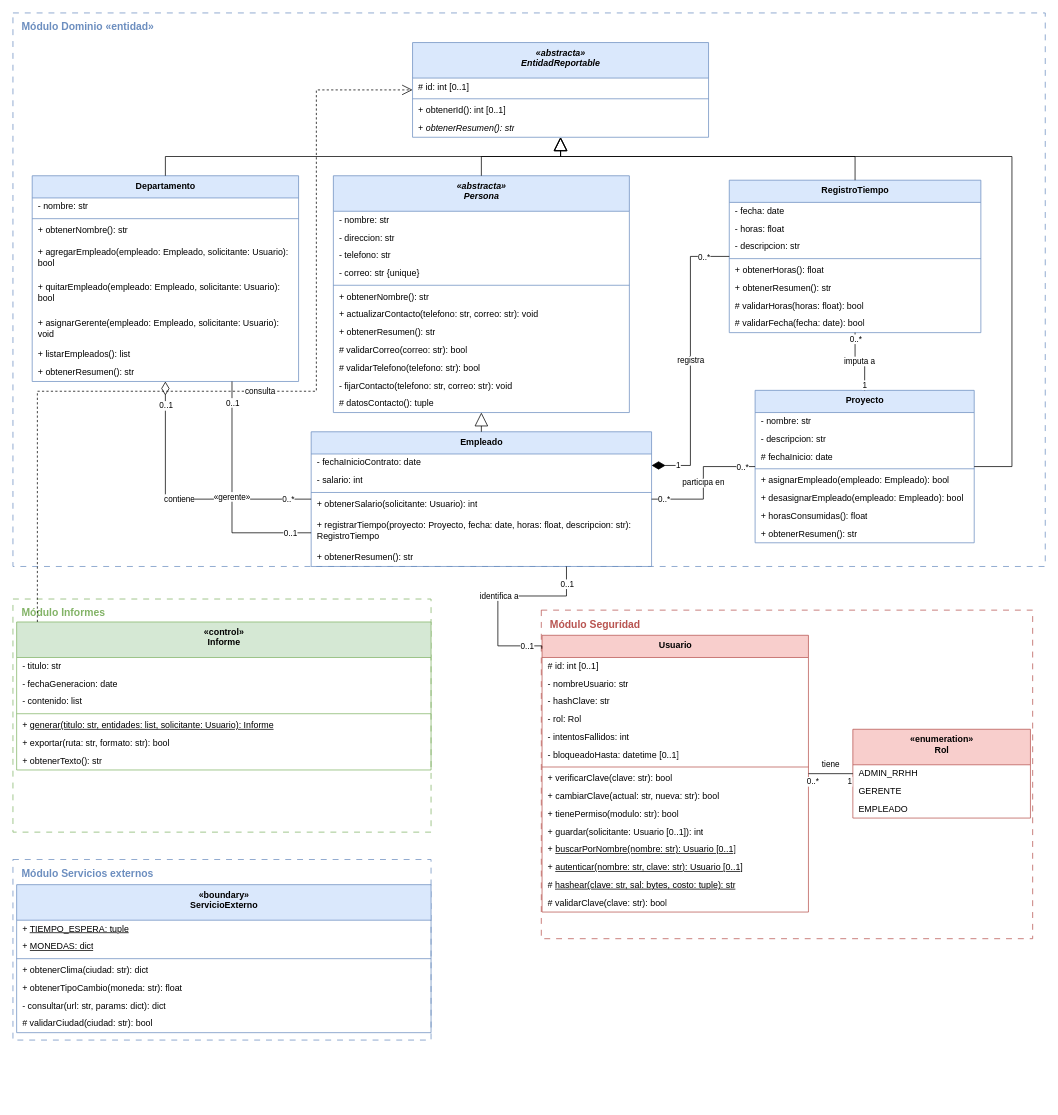
Earlier version of the draw.io diagram diagramas/modelo_u3.drawio (leonardoguerrerodev/poo-ecotech). Source tidied: cells renumbered, new cells numbered last; positions are measured from the earlier drawing's top-left corner, leaving out a move shared by most shapes. Both pictures are drawn from the tidied source at 74%, with x=0, y=0 at pixel (13, 13).
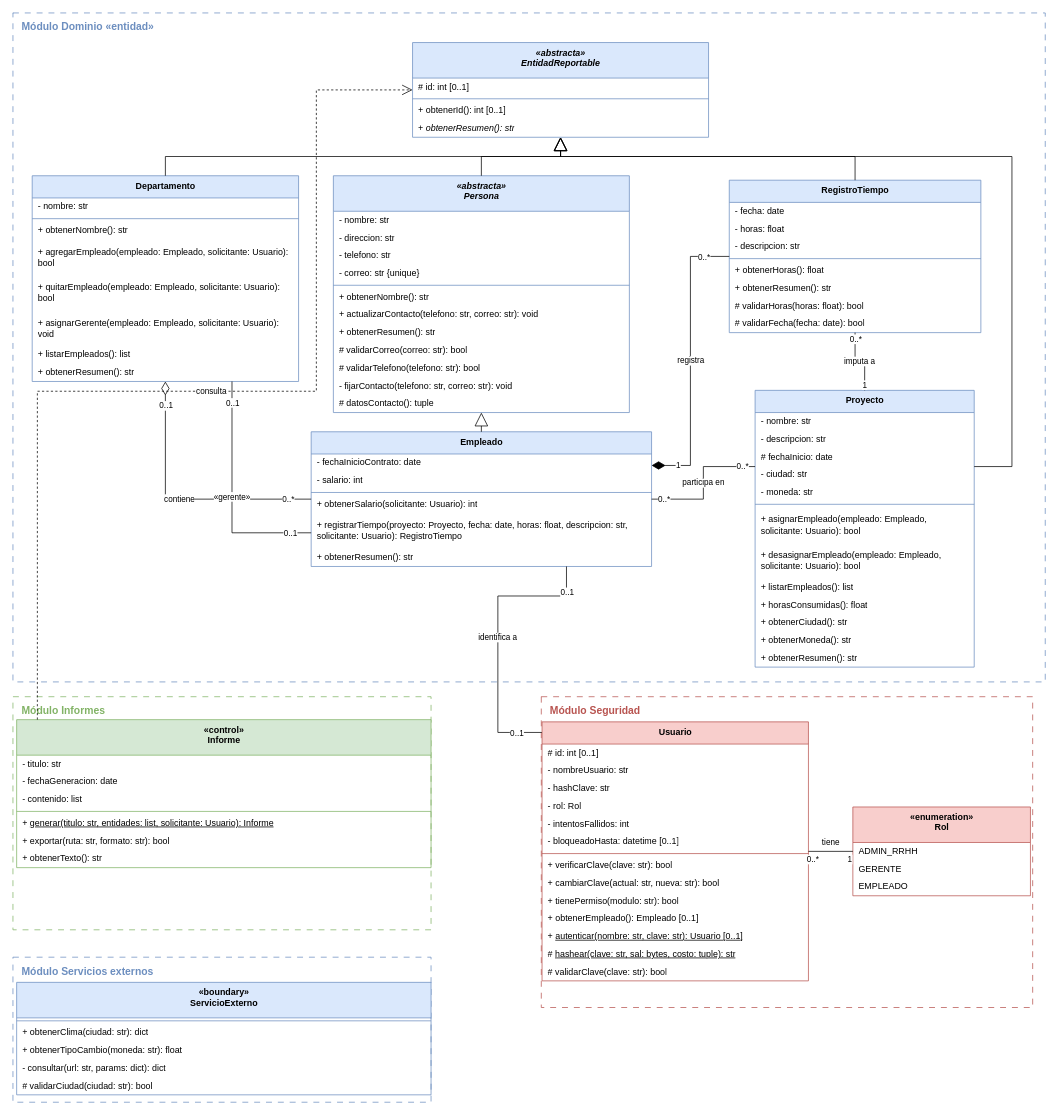
Above is the later version.

Commit message:
U3 auditoría · E4: UML con Proyecto persistido, vínculo Usuario→Empleado y sin CRUD ni constantes

The change refers to these unchanged cells:
```xml
<mxCell id="18" value="Empleado" style="swimlane;fontStyle=1;align=center;verticalAlign=top;horizontal=1;startSize=30;html=1;fillColor=#dae8fc;strokeColor=#6c8ebf;" parent="1" vertex="1">
  <mxGeometry x="403" y="566" width="460" height="182" as="geometry" />
</mxCell>
<mxCell id="102" value="«abstracta»&lt;br&gt;EntidadReportable" style="swimlane;fontStyle=3;align=center;verticalAlign=top;horizontal=1;startSize=48;html=1;fillColor=#dae8fc;strokeColor=#6c8ebf;" parent="1" vertex="1">
  <mxGeometry x="540" y="40" width="400" height="128" as="geometry" />
</mxCell>
```

The edit, as a diff of the source:
```diff
@@
     <mxCell id="2" value="Módulo Dominio  «entidad»" style="rounded=0;dashed=1;dashPattern=8 8;fillColor=none;strokeColor=#6c8ebf;verticalAlign=top;fontStyle=1;fontSize=14;fontColor=#6c8ebf;align=left;spacingLeft=10;spacingTop=4;html=1;" parent="1" vertex="1">
-      <mxGeometry width="1395" height="748" as="geometry" />
+      <mxGeometry width="1395" height="904" as="geometry" />
     </mxCell>
     <mxCell id="3" value="Módulo Seguridad" style="rounded=0;dashed=1;dashPattern=8 8;fillColor=none;strokeColor=#b85450;verticalAlign=top;fontStyle=1;fontSize=14;fontColor=#b85450;align=left;spacingLeft=10;spacingTop=4;html=1;" parent="1" vertex="1">
-      <mxGeometry x="714" y="807" width="664" height="444" as="geometry" />
+      <mxGeometry x="714" y="924" width="664" height="420" as="geometry" />
     </mxCell>
     <mxCell id="4" value="Módulo Informes" style="rounded=0;dashed=1;dashPattern=8 8;fillColor=none;strokeColor=#82b366;verticalAlign=top;fontStyle=1;fontSize=14;fontColor=#82b366;align=left;spacingLeft=10;spacingTop=4;html=1;" parent="1" vertex="1">
-      <mxGeometry y="792" width="565" height="315" as="geometry" />
+      <mxGeometry y="924" width="565" height="315" as="geometry" />
     </mxCell>
@@
-    <mxCell id="23" value="+ registrarTiempo(proyecto: Proyecto, fecha: date, horas: float, descripcion: str): RegistroTiempo" style="text;strokeColor=none;fillColor=none;align=left;verticalAlign=middle;spacingLeft=6;spacingRight=6;overflow=hidden;whiteSpace=wrap;html=1;" parent="18" vertex="1">
+    <mxCell id="23" value="+ registrarTiempo(proyecto: Proyecto, fecha: date, horas: float, descripcion: str, solicitante: Usuario): RegistroTiempo" style="text;strokeColor=none;fillColor=none;align=left;verticalAlign=middle;spacingLeft=6;spacingRight=6;overflow=hidden;whiteSpace=wrap;html=1;" parent="18" vertex="1">
       <mxGeometry y="110" width="460" height="48" as="geometry" />
     </mxCell>
@@
     <mxCell id="34" value="Proyecto" style="swimlane;fontStyle=1;align=center;verticalAlign=top;horizontal=1;startSize=30;html=1;fillColor=#dae8fc;strokeColor=#6c8ebf;" parent="1" vertex="1">
-      <mxGeometry x="1002.9" y="510" width="296.1" height="206" as="geometry" />
+      <mxGeometry x="1002.9" y="510" width="296.1" height="374" as="geometry" />
     </mxCell>
@@
+    <mxCell id="121" value="- ciudad: str" style="text;strokeColor=none;fillColor=none;align=left;verticalAlign=middle;spacingLeft=6;spacingRight=6;overflow=hidden;whiteSpace=wrap;html=1;" parent="34" vertex="1">
+      <mxGeometry y="102" width="296.1" height="24" as="geometry" />
+    </mxCell>
+    <mxCell id="122" value="- moneda: str" style="text;strokeColor=none;fillColor=none;align=left;verticalAlign=middle;spacingLeft=6;spacingRight=6;overflow=hidden;whiteSpace=wrap;html=1;" parent="34" vertex="1">
+      <mxGeometry y="126" width="296.1" height="24" as="geometry" />
+    </mxCell>
     <mxCell id="38" style="line;strokeWidth=1;fillColor=none;align=left;verticalAlign=middle;spacingTop=-1;spacingLeft=3;spacingRight=3;labelPosition=right;strokeColor=inherit;" parent="34" vertex="1">
-      <mxGeometry y="102" width="296.1" height="8" as="geometry" />
+      <mxGeometry y="150" width="296.1" height="8" as="geometry" />
     </mxCell>
-    <mxCell id="39" value="+ asignarEmpleado(empleado: Empleado): bool" style="text;strokeColor=none;fillColor=none;align=left;verticalAlign=middle;spacingLeft=6;spacingRight=6;overflow=hidden;whiteSpace=wrap;html=1;" parent="34" vertex="1">
-      <mxGeometry y="110" width="296.1" height="24" as="geometry" />
+    <mxCell id="39" value="+ asignarEmpleado(empleado: Empleado, solicitante: Usuario): bool" style="text;strokeColor=none;fillColor=none;align=left;verticalAlign=middle;spacingLeft=6;spacingRight=6;overflow=hidden;whiteSpace=wrap;html=1;" parent="34" vertex="1">
+      <mxGeometry y="158" width="296.1" height="48" as="geometry" />
     </mxCell>
-    <mxCell id="40" value="+ desasignarEmpleado(empleado: Empleado): bool" style="text;strokeColor=none;fillColor=none;align=left;verticalAlign=middle;spacingLeft=6;spacingRight=6;overflow=hidden;whiteSpace=wrap;html=1;" parent="34" vertex="1">
-      <mxGeometry y="134" width="296.1" height="24" as="geometry" />
+    <mxCell id="40" value="+ desasignarEmpleado(empleado: Empleado, solicitante: Usuario): bool" style="text;strokeColor=none;fillColor=none;align=left;verticalAlign=middle;spacingLeft=6;spacingRight=6;overflow=hidden;whiteSpace=wrap;html=1;" parent="34" vertex="1">
+      <mxGeometry y="206" width="296.1" height="48" as="geometry" />
     </mxCell>
+    <mxCell id="123" value="+ listarEmpleados(): list" style="text;strokeColor=none;fillColor=none;align=left;verticalAlign=middle;spacingLeft=6;spacingRight=6;overflow=hidden;whiteSpace=wrap;html=1;" parent="34" vertex="1">
+      <mxGeometry y="254" width="296.1" height="24" as="geometry" />
+    </mxCell>
     <mxCell id="41" value="+ horasConsumidas(): float" style="text;strokeColor=none;fillColor=none;align=left;verticalAlign=middle;spacingLeft=6;spacingRight=6;overflow=hidden;whiteSpace=wrap;html=1;" parent="34" vertex="1">
-      <mxGeometry y="158" width="296.1" height="24" as="geometry" />
+      <mxGeometry y="278" width="296.1" height="24" as="geometry" />
     </mxCell>
+    <mxCell id="124" value="+ obtenerCiudad(): str" style="text;strokeColor=none;fillColor=none;align=left;verticalAlign=middle;spacingLeft=6;spacingRight=6;overflow=hidden;whiteSpace=wrap;html=1;" parent="34" vertex="1">
+      <mxGeometry y="302" width="296.1" height="24" as="geometry" />
+    </mxCell>
+    <mxCell id="125" value="+ obtenerMoneda(): str" style="text;strokeColor=none;fillColor=none;align=left;verticalAlign=middle;spacingLeft=6;spacingRight=6;overflow=hidden;whiteSpace=wrap;html=1;" parent="34" vertex="1">
+      <mxGeometry y="326" width="296.1" height="24" as="geometry" />
+    </mxCell>
     <mxCell id="42" value="+ obtenerResumen(): str" style="text;strokeColor=none;fillColor=none;align=left;verticalAlign=middle;spacingLeft=6;spacingRight=6;overflow=hidden;whiteSpace=wrap;html=1;" parent="34" vertex="1">
-      <mxGeometry y="182" width="296.1" height="24" as="geometry" />
+      <mxGeometry y="350" width="296.1" height="24" as="geometry" />
     </mxCell>
@@
     <mxCell id="52" value="Usuario" style="swimlane;fontStyle=1;align=center;verticalAlign=top;horizontal=1;startSize=30;html=1;fillColor=#f8cecc;strokeColor=#b85450;" parent="1" vertex="1">
-      <mxGeometry x="715" y="841" width="360" height="374" as="geometry" />
+      <mxGeometry x="715" y="958" width="360" height="350" as="geometry" />
     </mxCell>
@@
-    <mxCell id="63" value="+ guardar(solicitante: Usuario [0..1]): int" style="text;strokeColor=none;fillColor=none;align=left;verticalAlign=middle;spacingLeft=6;spacingRight=6;overflow=hidden;whiteSpace=wrap;html=1;" parent="52" vertex="1">
-      <mxGeometry y="254" width="360" height="24" as="geometry" />
-    </mxCell>
-    <mxCell id="64" value="+ &lt;u&gt;buscarPorNombre(nombre: str): Usuario [0..1]&lt;/u&gt;" style="text;strokeColor=none;fillColor=none;align=left;verticalAlign=middle;spacingLeft=6;spacingRight=6;overflow=hidden;whiteSpace=wrap;html=1;" parent="52" vertex="1">
-      <mxGeometry y="278" width="360" height="24" as="geometry" />
-    </mxCell>
+    <mxCell id="126" value="+ obtenerEmpleado(): Empleado [0..1]" style="text;strokeColor=none;fillColor=none;align=left;verticalAlign=middle;spacingLeft=6;spacingRight=6;overflow=hidden;whiteSpace=wrap;html=1;" parent="52" vertex="1">
+      <mxGeometry y="254" width="360" height="24" as="geometry" />
+    </mxCell>
     <mxCell id="65" value="+ &lt;u&gt;autenticar(nombre: str, clave: str): Usuario [0..1]&lt;/u&gt;" style="text;strokeColor=none;fillColor=none;align=left;verticalAlign=middle;spacingLeft=6;spacingRight=6;overflow=hidden;whiteSpace=wrap;html=1;" parent="52" vertex="1">
-      <mxGeometry y="302" width="360" height="24" as="geometry" />
+      <mxGeometry y="278" width="360" height="24" as="geometry" />
     </mxCell>
     <mxCell id="66" value="# &lt;u&gt;hashear(clave: str, sal: bytes, costo: tuple): str&lt;/u&gt;" style="text;strokeColor=none;fillColor=none;align=left;verticalAlign=middle;spacingLeft=6;spacingRight=6;overflow=hidden;whiteSpace=wrap;html=1;" parent="52" vertex="1">
-      <mxGeometry y="326" width="360" height="24" as="geometry" />
+      <mxGeometry y="302" width="360" height="24" as="geometry" />
     </mxCell>
     <mxCell id="67" value="# validarClave(clave: str): bool" style="text;strokeColor=none;fillColor=none;align=left;verticalAlign=middle;spacingLeft=6;spacingRight=6;overflow=hidden;whiteSpace=wrap;html=1;" parent="52" vertex="1">
-      <mxGeometry y="350" width="360" height="24" as="geometry" />
+      <mxGeometry y="326" width="360" height="24" as="geometry" />
     </mxCell>
     <mxCell id="68" value="«enumeration»&lt;br&gt;Rol" style="swimlane;fontStyle=1;align=center;verticalAlign=top;horizontal=1;startSize=48;html=1;fillColor=#f8cecc;strokeColor=#b85450;" parent="1" vertex="1">
-      <mxGeometry x="1135" y="968" width="240" height="120" as="geometry" />
+      <mxGeometry x="1135" y="1073" width="240" height="120" as="geometry" />
     </mxCell>
@@
     <mxCell id="72" value="«control»&lt;br&gt;Informe" style="swimlane;fontStyle=1;align=center;verticalAlign=top;horizontal=1;startSize=48;html=1;fillColor=#d5e8d4;strokeColor=#82b366;" parent="1" vertex="1">
-      <mxGeometry x="5" y="823" width="560" height="200" as="geometry" />
+      <mxGeometry x="5" y="955" width="560" height="200" as="geometry" />
     </mxCell>
@@
-    <mxCell id="87" value="participa en" style="endArrow=none;html=1;edgeStyle=orthogonalEdgeStyle;rounded=0;exitX=0;exitY=0.5;exitDx=0;exitDy=0;entryX=1;entryY=0.5;entryDx=0;entryDy=0;" parent="1" edge="1" source="34" target="18">
+    <mxCell id="87" value="participa en" style="endArrow=none;html=1;edgeStyle=orthogonalEdgeStyle;rounded=0;exitX=0;exitY=0.2754;exitDx=0;exitDy=0;entryX=1;entryY=0.5;entryDx=0;entryDy=0;" parent="1" edge="1" source="34" target="18">
       <mxGeometry relative="1" as="geometry" />
     </mxCell>
@@
-    <mxCell id="96" value="identifica a" style="endArrow=none;html=1;edgeStyle=orthogonalEdgeStyle;rounded=0;entryX=0.75;entryY=1;entryDx=0;entryDy=0;exitX=0.001;exitY=0.1175;exitDx=0;exitDy=0;exitPerimeter=0;" parent="1" edge="1" source="3" target="18">
+    <mxCell id="96" value="identifica a" style="endArrow=none;html=1;edgeStyle=orthogonalEdgeStyle;rounded=0;entryX=0.75;entryY=1;entryDx=0;entryDy=0;exitX=0.001;exitY=0.115;exitDx=0;exitDy=0;exitPerimeter=0;" parent="1" edge="1" source="3" target="18">
       <mxGeometry relative="1" as="geometry">
         <Array as="points">
-          <mxPoint x="655.3" y="855.3" />
+          <mxPoint x="655.3" y="972.3" />
           <mxPoint x="655.3" y="787.9" />
           <mxPoint x="748" y="787.9" />
         </Array>
       </mxGeometry>
     </mxCell>
@@
-    <mxCell id="110" style="endArrow=block;endFill=0;endSize=16;html=1;edgeStyle=orthogonalEdgeStyle;rounded=0;exitX=1;exitY=0.5;exitDx=0;exitDy=0;entryX=0.5;entryY=1;entryDx=0;entryDy=0;" parent="1" edge="1" source="34" target="102">
+    <mxCell id="110" style="endArrow=block;endFill=0;endSize=16;html=1;edgeStyle=orthogonalEdgeStyle;rounded=0;exitX=1;exitY=0.2754;exitDx=0;exitDy=0;entryX=0.5;entryY=1;entryDx=0;entryDy=0;" parent="1" edge="1" source="34" target="102">
       <mxGeometry relative="1" as="geometry">
         <Array as="points">
           <mxPoint x="1350" y="613" />
           <mxPoint x="1350" y="194" />
         </Array>
       </mxGeometry>
     </mxCell>
@@
     <mxCell id="112" value="Módulo Servicios externos" style="rounded=0;dashed=1;dashPattern=8 8;fillColor=none;strokeColor=#6c8ebf;verticalAlign=top;fontStyle=1;fontSize=14;fontColor=#6c8ebf;align=left;spacingLeft=10;spacingTop=4;html=1;" parent="1" vertex="1">
-      <mxGeometry y="1144" width="565" height="244" as="geometry" />
+      <mxGeometry y="1276" width="565" height="196" as="geometry" />
     </mxCell>
     <mxCell id="113" value="«boundary»&lt;br&gt;ServicioExterno" style="swimlane;fontStyle=1;align=center;verticalAlign=top;horizontal=1;startSize=48;html=1;fillColor=#dae8fc;strokeColor=#6c8ebf;" parent="1" vertex="1">
-      <mxGeometry x="5" y="1178" width="560" height="200" as="geometry" />
+      <mxGeometry x="5" y="1310" width="560" height="152" as="geometry" />
     </mxCell>
-    <mxCell id="114" value="+ &lt;u&gt;TIEMPO_ESPERA: tuple&lt;/u&gt;" style="text;strokeColor=none;fillColor=none;align=left;verticalAlign=middle;spacingLeft=6;spacingRight=6;overflow=hidden;whiteSpace=wrap;html=1;" parent="113" vertex="1">
-      <mxGeometry y="48" width="560" height="24" as="geometry" />
-    </mxCell>
-    <mxCell id="115" value="+ &lt;u&gt;MONEDAS: dict&lt;/u&gt;" style="text;strokeColor=none;fillColor=none;align=left;verticalAlign=middle;spacingLeft=6;spacingRight=6;overflow=hidden;whiteSpace=wrap;html=1;" parent="113" vertex="1">
-      <mxGeometry y="72" width="560" height="24" as="geometry" />
-    </mxCell>
     <mxCell id="116" style="line;strokeWidth=1;fillColor=none;align=left;verticalAlign=middle;spacingTop=-1;spacingLeft=3;spacingRight=3;labelPosition=right;strokeColor=inherit;html=1;" parent="113" vertex="1">
-      <mxGeometry y="96" width="560" height="8" as="geometry" />
+      <mxGeometry y="48" width="560" height="8" as="geometry" />
     </mxCell>
     <mxCell id="117" value="+ obtenerClima(ciudad: str): dict" style="text;strokeColor=none;fillColor=none;align=left;verticalAlign=middle;spacingLeft=6;spacingRight=6;overflow=hidden;whiteSpace=wrap;html=1;" parent="113" vertex="1">
-      <mxGeometry y="104" width="560" height="24" as="geometry" />
+      <mxGeometry y="56" width="560" height="24" as="geometry" />
     </mxCell>
     <mxCell id="118" value="+ obtenerTipoCambio(moneda: str): float" style="text;strokeColor=none;fillColor=none;align=left;verticalAlign=middle;spacingLeft=6;spacingRight=6;overflow=hidden;whiteSpace=wrap;html=1;" parent="113" vertex="1">
-      <mxGeometry y="128" width="560" height="24" as="geometry" />
+      <mxGeometry y="80" width="560" height="24" as="geometry" />
     </mxCell>
     <mxCell id="119" value="- consultar(url: str, params: dict): dict" style="text;strokeColor=none;fillColor=none;align=left;verticalAlign=middle;spacingLeft=6;spacingRight=6;overflow=hidden;whiteSpace=wrap;html=1;" parent="113" vertex="1">
-      <mxGeometry y="152" width="560" height="24" as="geometry" />
+      <mxGeometry y="104" width="560" height="24" as="geometry" />
     </mxCell>
     <mxCell id="120" value="# validarCiudad(ciudad: str): bool" style="text;strokeColor=none;fillColor=none;align=left;verticalAlign=middle;spacingLeft=6;spacingRight=6;overflow=hidden;whiteSpace=wrap;html=1;" parent="113" vertex="1">
-      <mxGeometry y="176" width="560" height="24" as="geometry" />
+      <mxGeometry y="128" width="560" height="24" as="geometry" />
     </mxCell>
```
